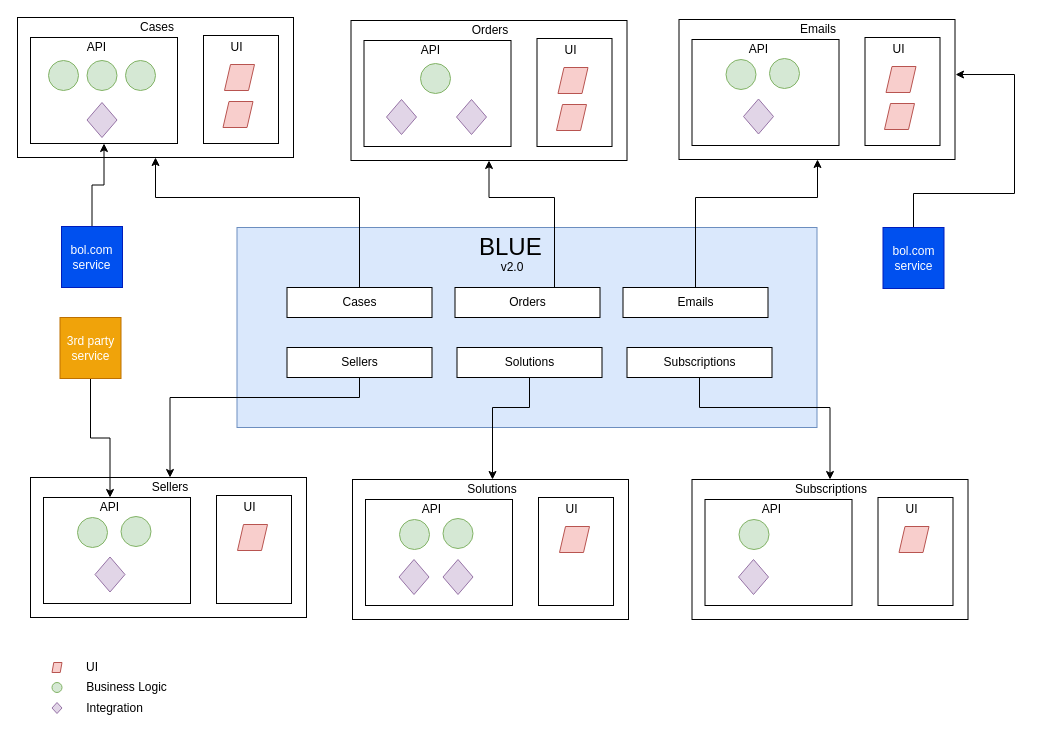
bobjana/documentation keeps this draw.io diagram as blue_architecture_micro_ui.drawio. Above is the earlier version. Source tidied: cells renumbered, new cells numbered last; positions are measured from the earlier drawing's top-left corner, leaving out a move shared by most shapes. Both pictures are drawn from the tidied source at 100%, with x=0, y=0 at pixel (17, 17).
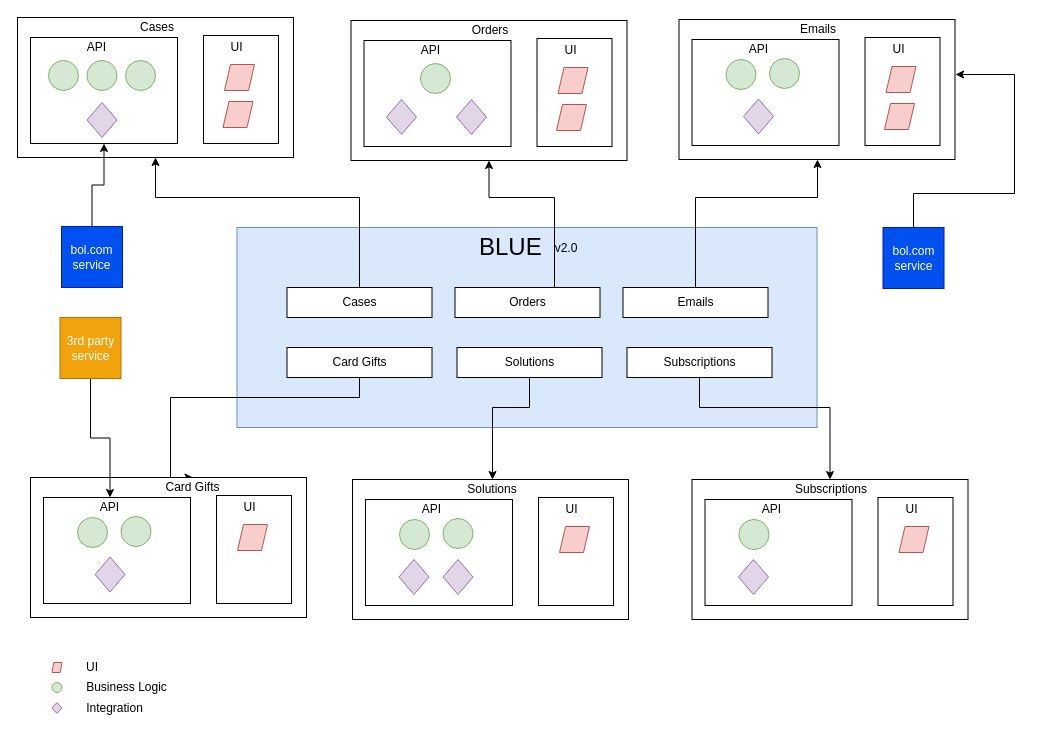
After the change.

Diff of the diagram source:
```diff
@@
     <mxCell id="6" value="v2.0" style="text;html=1;strokeColor=none;fillColor=none;align=center;verticalAlign=middle;whiteSpace=wrap;rounded=0;" parent="1" vertex="1">
-      <mxGeometry x="474.5" y="240" width="40" height="20" as="geometry" />
+      <mxGeometry x="529" y="220.5" width="40" height="20" as="geometry" />
     </mxCell>
@@
-    <mxCell id="52" value="Sellers" style="rounded=0;whiteSpace=wrap;html=1;" parent="1" vertex="1">
+    <mxCell id="52" value="Card Gifts" style="rounded=0;whiteSpace=wrap;html=1;" parent="1" vertex="1">
       <mxGeometry x="269.5" y="330" width="145" height="30" as="geometry" />
     </mxCell>
@@
-    <mxCell id="59" value="Sellers" style="text;html=1;strokeColor=none;fillColor=none;align=center;verticalAlign=middle;whiteSpace=wrap;rounded=0;" parent="1" vertex="1">
-      <mxGeometry x="132.5" y="460" width="40" height="20" as="geometry" />
+    <mxCell id="59" value="Card Gifts" style="text;html=1;strokeColor=none;fillColor=none;align=center;verticalAlign=middle;whiteSpace=wrap;rounded=0;" parent="1" vertex="1">
+      <mxGeometry x="133" y="460" width="85" height="20" as="geometry" />
     </mxCell>
```
